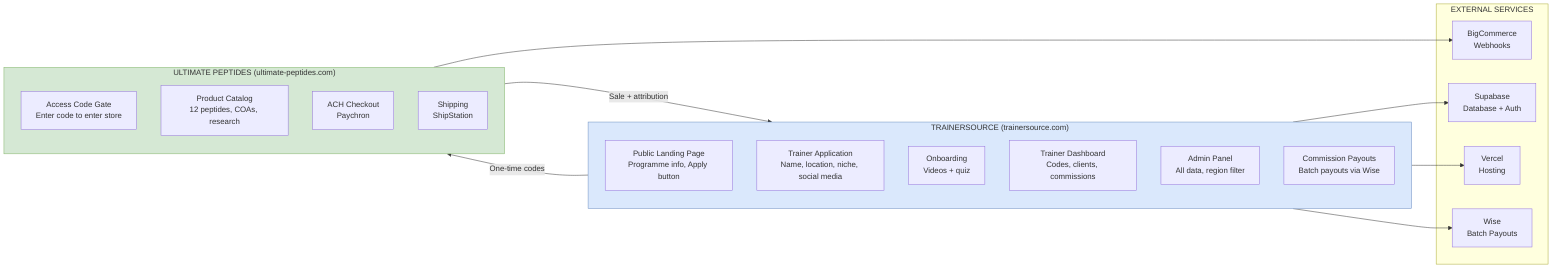
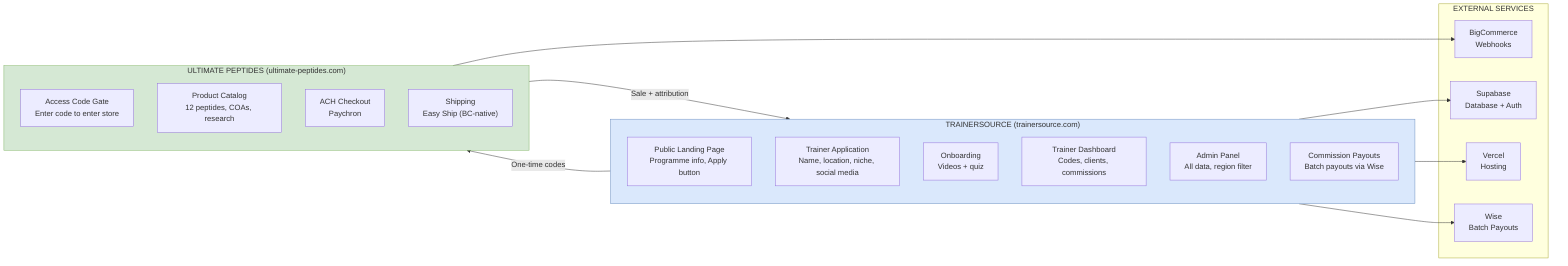
graph LR
    subgraph TS["TRAINERSOURCE (trainersource.com)"]
        direction TB
        TS_PUB["Public Landing Page\nProgramme info, Apply button"]
        TS_APP["Trainer Application\nName, location, niche, social media"]
        TS_ONB["Onboarding\nVideos + quiz"]
        TS_DSH["Trainer Dashboard\nCodes, clients, commissions"]
        TS_ADM["Admin Panel\nAll data, region filter"]
        TS_PAY["Commission Payouts\nBatch payouts via Wise"]
    end

    subgraph UP["ULTIMATE PEPTIDES (ultimate-peptides.com)"]
        direction TB
        UP_GATE["Access Code Gate\nEnter code to enter store"]
        UP_STORE["Product Catalog\n12 peptides, COAs, research"]
        UP_CHECK["ACH Checkout\nPaychron"]
-         UP_SHIP["Shipping\nShipStation"]
+         UP_SHIP["Shipping\nEasy Ship (BC-native)"]
    end

    subgraph SERVICES["EXTERNAL SERVICES"]
        SB["Supabase\nDatabase + Auth"]
        WS["Wise\nBatch Payouts"]
        BC["BigCommerce\nWebhooks"]
        VR["Vercel\nHosting"]
    end

    TS_DSH -->|"One-time codes"| UP_GATE
    UP_CHECK -->|"Sale + attribution"| TS_PAY
    TS_DSH --> SB
    TS_PUB --> VR
    TS_PAY --> WS
    UP_CHECK --> BC

    style TS fill:#dae8fc,stroke:#6c8ebf
    style UP fill:#d5e8d4,stroke:#82b366
